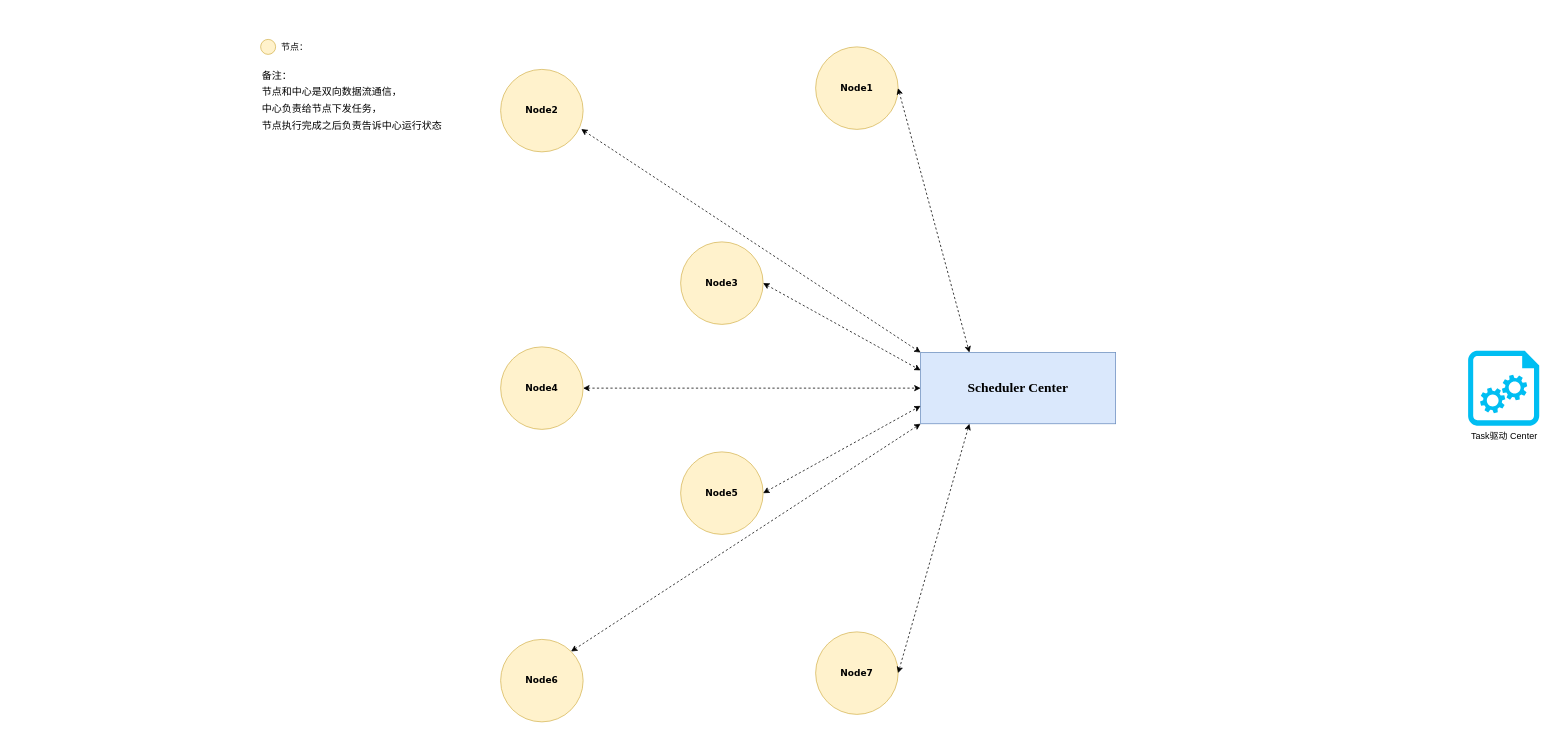
This is 思维导图/NodeAndCenterInteraction.drawio from StarEliteCore/Nebula.Admin, a draw.io file, before an edit. Source tidied: cells renumbered, new cells numbered last; positions are measured from the earlier drawing's top-left corner, leaving out a move shared by most shapes. Both pictures are drawn from the tidied source at 75%, with x=0, y=0 at pixel (260, 39).
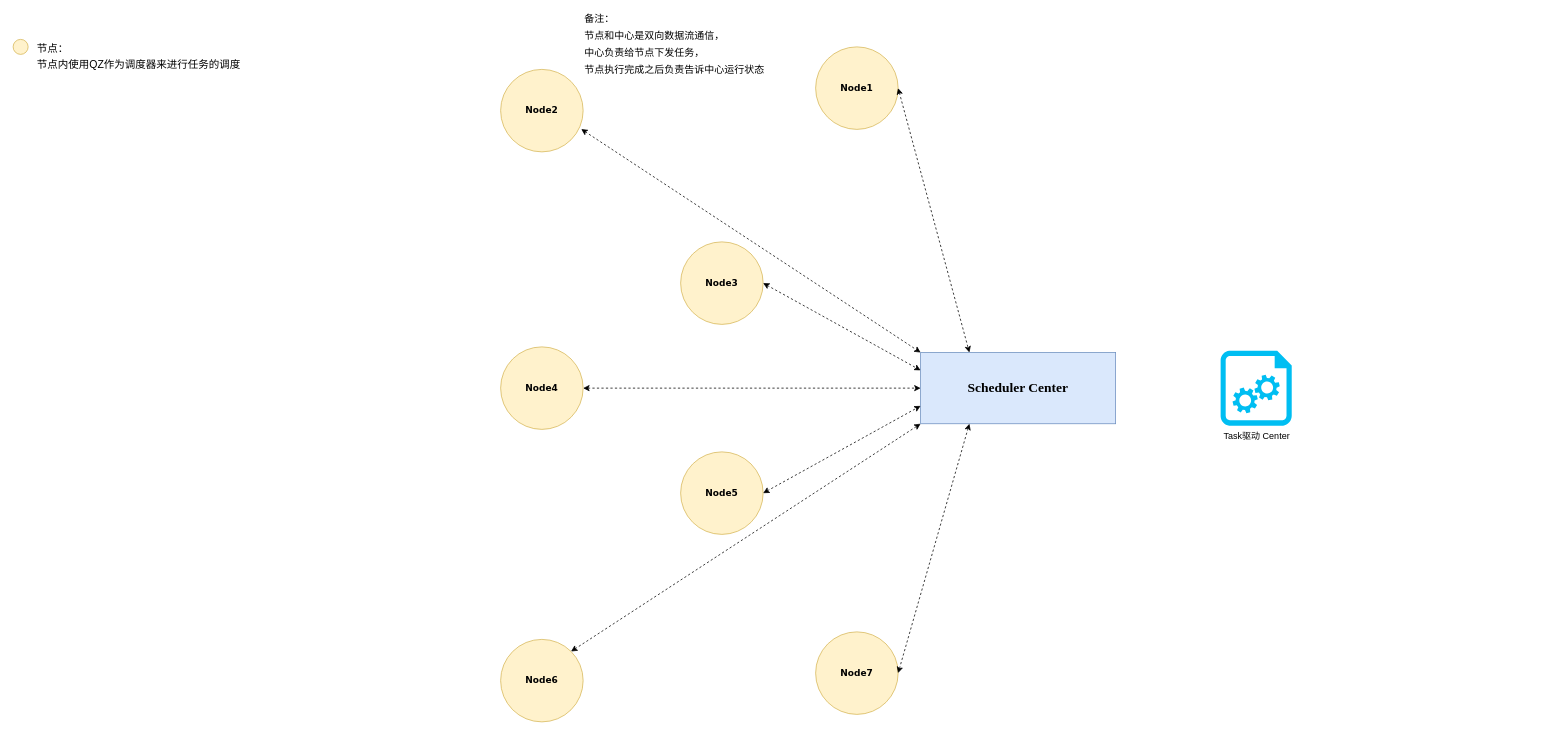
After the change.

Change to the diagram source:
```diff
@@
     <mxCell id="11" value="&lt;h4&gt;&lt;br&gt;&lt;/h4&gt;" style="ellipse;whiteSpace=wrap;html=1;strokeColor=#d6b656;fillColor=#fff2cc;" parent="1" vertex="1">
-      <mxGeometry width="20" height="20" as="geometry" />
+      <mxGeometry x="-330" width="20" height="20" as="geometry" />
     </mxCell>
-    <mxCell id="12" value="节点：" style="text;html=1;align=center;verticalAlign=middle;" parent="1" vertex="1">
-      <mxGeometry x="20" width="50" height="20" as="geometry" />
+    <mxCell id="12" value="&lt;sup style=&quot;font-size: 14px&quot;&gt;节点：&lt;br&gt;节点内使用QZ作为调度器来进行任务的调度&lt;/sup&gt;" style="text;html=1;align=left;verticalAlign=middle;" parent="1" vertex="1">
+      <mxGeometry x="-300" width="290" height="50" as="geometry" />
     </mxCell>
     <mxCell id="13" value="&lt;font style=&quot;font-size: 16px&quot;&gt;&lt;sup&gt;备注：&lt;br&gt;节点和中心是双向数据流通信，&lt;br&gt;中心负责给节点下发任务，&lt;br&gt;节点执行完成之后负责告诉中心运行状态&lt;/sup&gt;&lt;/font&gt;" style="text;html=1;align=left;verticalAlign=middle;" parent="1" vertex="1">
-      <mxGeometry y="40" width="260" height="90" as="geometry" />
+      <mxGeometry x="430" y="-35" width="260" height="90" as="geometry" />
     </mxCell>
@@
     <mxCell id="21" value="Task驱动 Center" style="verticalLabelPosition=bottom;html=1;verticalAlign=top;align=center;strokeColor=none;fillColor=#00BEF2;shape=mxgraph.azure.startup_task;" parent="1" vertex="1">
-      <mxGeometry x="1610" y="415" width="95" height="100" as="geometry" />
+      <mxGeometry x="1280" y="415" width="95" height="100" as="geometry" />
     </mxCell>
```
